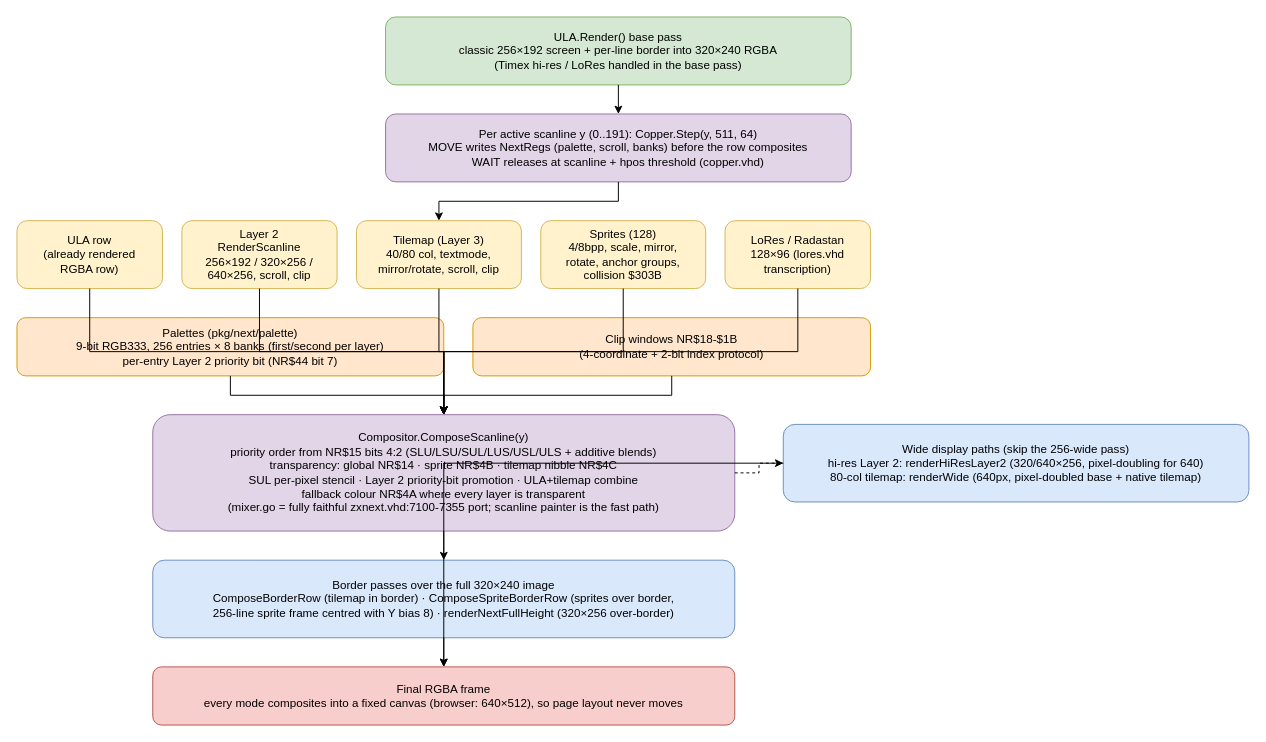
The draw.io diagram packages/emulator-core/zx_go/docs/architecture/diagrams/next-video-pipeline.drawio in stever/zxcode, before the edit. Source tidied: cells renumbered, new cells numbered last; positions are measured from the earlier drawing's top-left corner, leaving out a move shared by most shapes. Both pictures are drawn from the tidied source at 97%, with x=0, y=0 at pixel (16, 16).
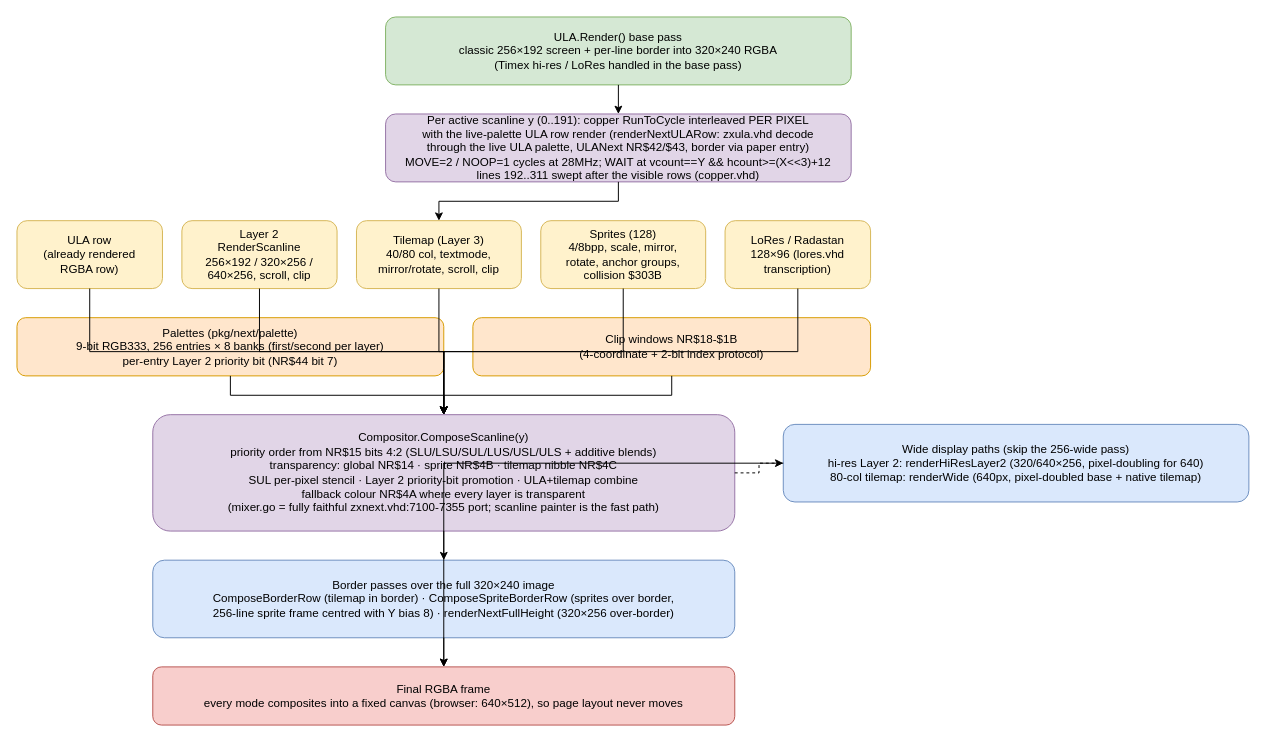
The same page after the edit.

Diff of the diagram source:
```diff
@@
-    <mxCell id="3" value="Per active scanline y (0..191): Copper.Step(y, 511, 64)&#10;MOVE writes NextRegs (palette, scroll, banks) before the row composites&#10;WAIT releases at scanline + hpos threshold (copper.vhd)" style="rounded=1;whiteSpace=wrap;html=1;fillColor=#e1d5e7;strokeColor=#9673a6;" parent="1" vertex="1">
+    <mxCell id="3" value="Per active scanline y (0..191): copper RunToCycle interleaved PER PIXEL&#10;with the live-palette ULA row render (renderNextULARow: zxula.vhd decode&#10;through the live ULA palette, ULANext NR$42/$43, border via paper entry)&#10;MOVE=2 / NOOP=1 cycles at 28MHz; WAIT at vcount==Y &amp;&amp; hcount&gt;=(X&lt;&lt;3)+12&#10;lines 192..311 swept after the visible rows (copper.vhd)" style="rounded=1;whiteSpace=wrap;html=1;fillColor=#e1d5e7;strokeColor=#9673a6;" parent="1" vertex="1">
       <mxGeometry x="380" y="100" width="480" height="70" as="geometry" />
     </mxCell>
```
